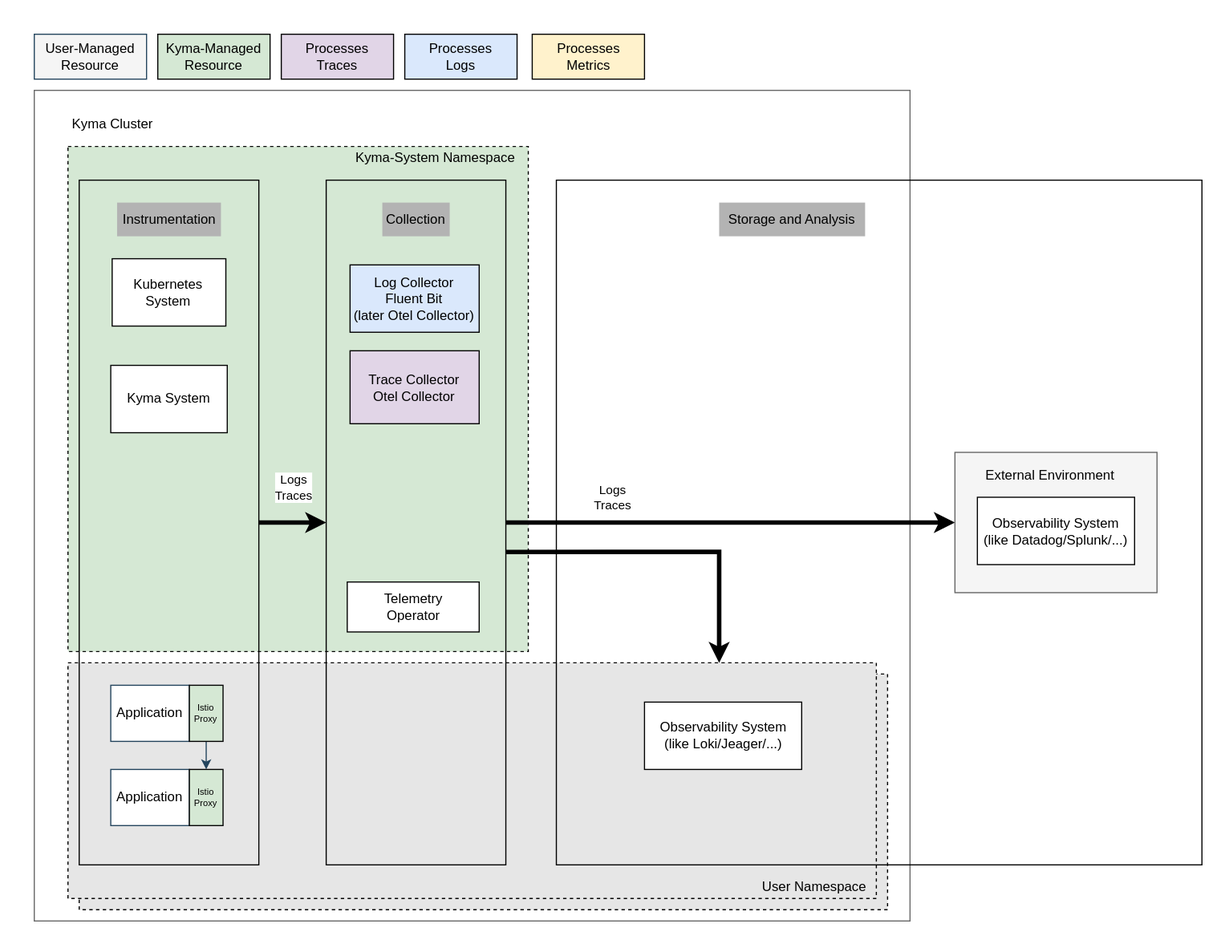
Before: docs/user/assets/general-components.drawio.svg, a diagram exported from draw.io (kyma-project/telemetry-manager). Source tidied: cells renumbered, new cells last; positions are measured from the earlier drawing's top-left corner, leaving out a move shared by most shapes.
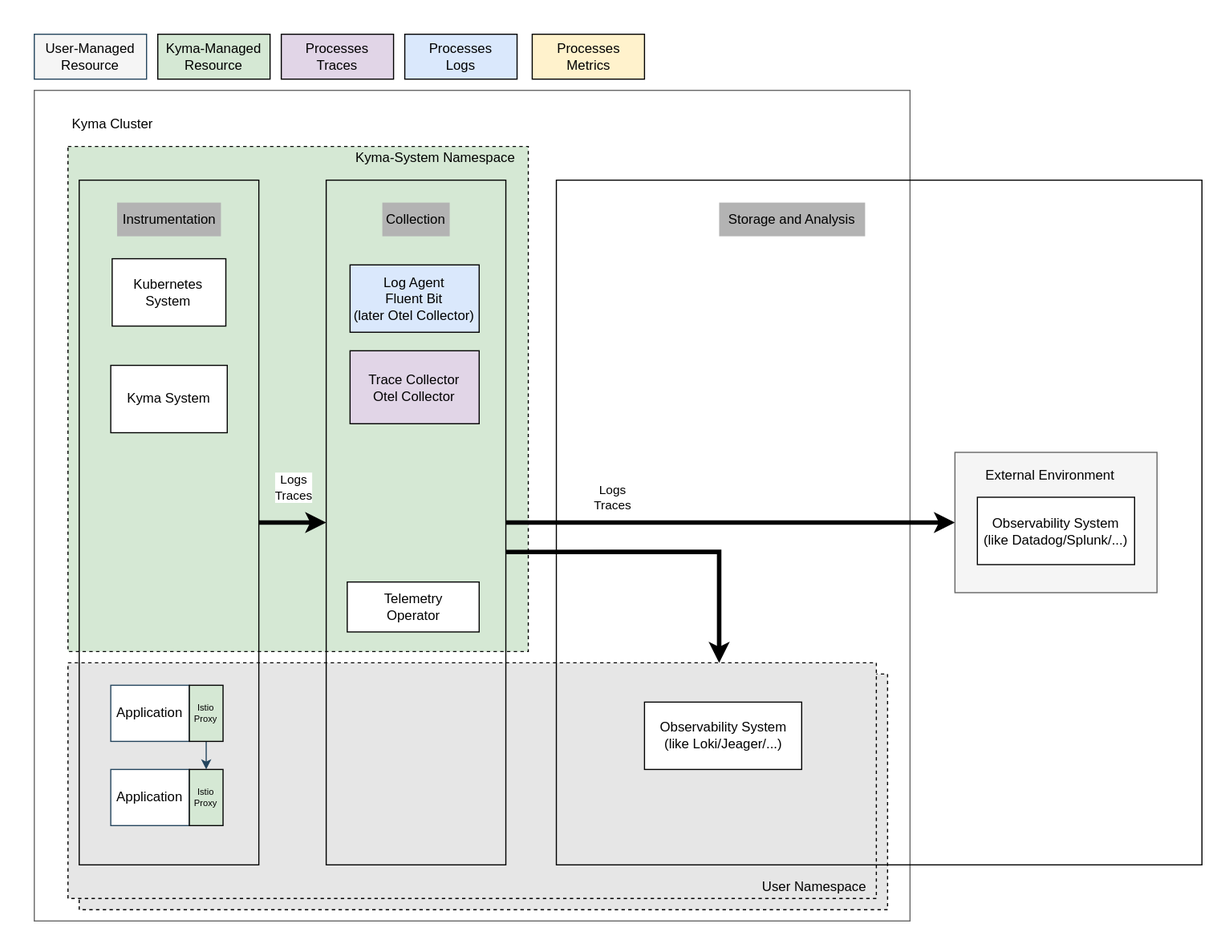
The same file after the commit.

What changed in the source:
```diff
@@ -240,7 +240,7 @@
     <mxCell id="68" value="Processes&lt;br&gt;Metrics" style="rounded=0;whiteSpace=wrap;html=1;fillColor=#FFF2CC;strokeColor=#000000;fontColor=#000000;" parent="1" vertex="1">
       <mxGeometry x="473.5" y="30" width="100" height="40" as="geometry" />
     </mxCell>
-    <mxCell id="69" value="Log Collector&lt;br&gt;Fluent Bit&lt;br&gt;(later Otel Collector)" style="rounded=0;whiteSpace=wrap;html=1;fillColor=#dae8fc;strokeColor=#000000;fontColor=#000000;" parent="1" vertex="1">
+    <mxCell id="69" value="Log Agent&lt;br&gt;Fluent Bit&lt;br&gt;(later Otel Collector)" style="rounded=0;whiteSpace=wrap;html=1;fillColor=#dae8fc;strokeColor=#000000;fontColor=#000000;" parent="1" vertex="1">
       <mxGeometry x="311.2" y="235.5" width="115" height="60" as="geometry" />
     </mxCell>
     <mxCell id="70" value="Trace Collector&lt;br&gt;Otel Collector" style="rounded=0;whiteSpace=wrap;html=1;fillColor=#E1D5E7;strokeColor=#000000;fontColor=#000000;" parent="1" vertex="1">
```
